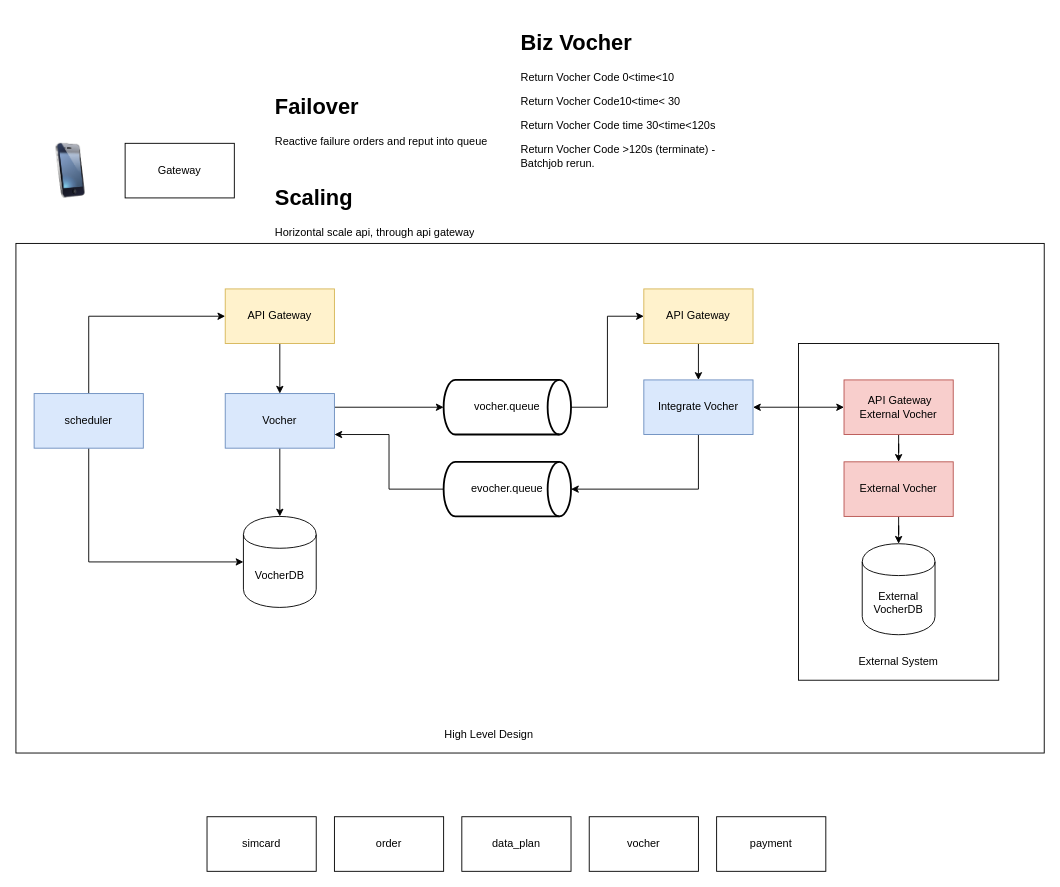
hieung/assignment keeps this draw.io diagram as page "HLD" (1 of 4) of design/bank_abc_design.drawio. Above is the earlier version. Source tidied: cells renumbered, new cells numbered last; positions are measured from the earlier drawing's top-left corner, leaving out a move shared by most shapes. Both pictures are drawn from the tidied source at 91%, with x=0, y=0 at pixel (15, 25).
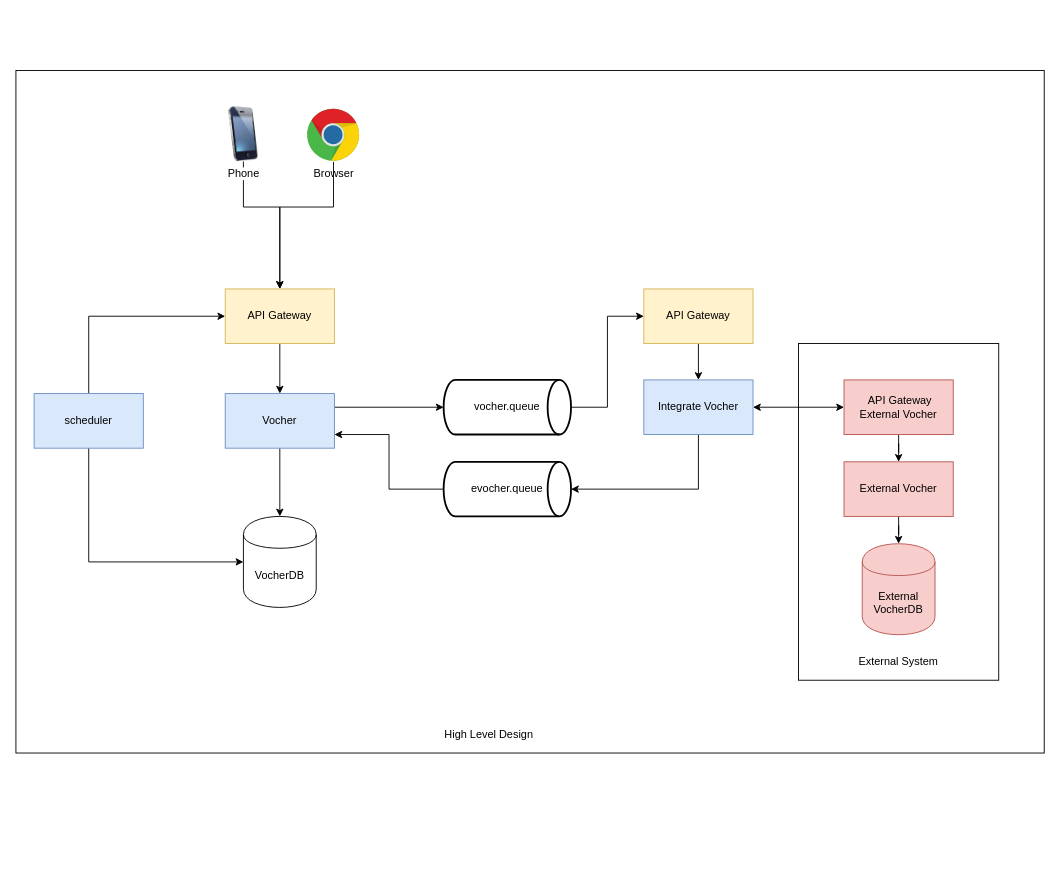
The same diagram, later.

The change refers to these unchanged cells:
```xml
<mxCell id="31" value="API Gateway" style="rounded=0;whiteSpace=wrap;html=1;fillColor=#fff2cc;strokeColor=#d6b656;" parent="1" vertex="1">
  <mxGeometry x="230" y="290" width="120" height="60" as="geometry" />
</mxCell>
```

Change to the diagram source:
```diff
@@
     <mxCell id="2" style="rounded=0;whiteSpace=wrap;html=1;" parent="1" vertex="1">
-      <mxGeometry y="240" width="1130" height="560" as="geometry" />
+      <mxGeometry y="50" width="1130" height="750" as="geometry" />
     </mxCell>
@@
-    <mxCell id="9" value="Gateway" style="rounded=0;whiteSpace=wrap;html=1;" parent="1" vertex="1">
-      <mxGeometry x="120" y="130" width="120" height="60" as="geometry" />
-    </mxCell>
+    <mxCell id="39" style="edgeStyle=orthogonalEdgeStyle;rounded=0;jettySize=auto;html=1;startArrow=none;startFill=0;" parent="1" edge="1" source="10" target="31">
+      <mxGeometry relative="1" as="geometry">
+        <Array as="points">
+          <mxPoint x="250" y="200" />
+          <mxPoint x="290" y="200" />
+        </Array>
+      </mxGeometry>
+    </mxCell>
-    <mxCell id="10" style="image;html=1;labelBackgroundColor=#ffffff;image=img/lib/clip_art/telecommunication/iPhone_128x128.png;" parent="1" vertex="1">
-      <mxGeometry x="30" y="130" width="60" height="60" as="geometry" />
+    <mxCell id="10" value="Phone" style="image;html=1;labelBackgroundColor=#ffffff;image=img/lib/clip_art/telecommunication/iPhone_128x128.png;" parent="1" vertex="1">
+      <mxGeometry x="220" y="90" width="60" height="60" as="geometry" />
     </mxCell>
@@
-    <mxCell id="16" value="&lt;h1&gt;Biz Vocher&lt;/h1&gt;&lt;p&gt;Return Vocher Code 0&amp;lt;time&amp;lt;10&lt;/p&gt;&lt;p&gt;Return Vocher Code10&amp;lt;time&amp;lt; 30&lt;/p&gt;&lt;p&gt;Return Vocher Code time 30&amp;lt;time&amp;lt;120s&lt;/p&gt;&lt;p&gt;Return Vocher Code &amp;gt;120s (terminate) - Batchjob rerun.&lt;/p&gt;" style="text;html=1;strokeColor=none;fillColor=none;spacing=5;spacingTop=-20;whiteSpace=wrap;overflow=hidden;rounded=0;" parent="1" vertex="1">
-      <mxGeometry x="550" width="260" height="180" as="geometry" />
-    </mxCell>
-    <mxCell id="17" value="&lt;h1&gt;Failover&lt;/h1&gt;&lt;div&gt;Reactive failure orders and reput into queue&lt;/div&gt;" style="text;html=1;strokeColor=none;fillColor=none;spacing=5;spacingTop=-20;whiteSpace=wrap;overflow=hidden;rounded=0;" parent="1" vertex="1">
-      <mxGeometry x="280" y="70" width="260" height="80" as="geometry" />
-    </mxCell>
-    <mxCell id="18" value="&lt;h1&gt;Scaling&lt;/h1&gt;&lt;div&gt;Horizontal scale api, through api gateway&lt;/div&gt;" style="text;html=1;strokeColor=none;fillColor=none;spacing=5;spacingTop=-20;whiteSpace=wrap;overflow=hidden;rounded=0;" parent="1" vertex="1">
-      <mxGeometry x="280" y="170" width="260" height="80" as="geometry" />
-    </mxCell>
-    <mxCell id="19" value="simcard" style="rounded=0;whiteSpace=wrap;html=1;" parent="1" vertex="1">
-      <mxGeometry x="210" y="870" width="120" height="60" as="geometry" />
-    </mxCell>
-    <mxCell id="20" value="vocher" style="rounded=0;whiteSpace=wrap;html=1;" parent="1" vertex="1">
-      <mxGeometry x="630" y="870" width="120" height="60" as="geometry" />
-    </mxCell>
-    <mxCell id="21" value="order" style="rounded=0;whiteSpace=wrap;html=1;" parent="1" vertex="1">
-      <mxGeometry x="350" y="870" width="120" height="60" as="geometry" />
-    </mxCell>
-    <mxCell id="22" value="data_plan" style="rounded=0;whiteSpace=wrap;html=1;" parent="1" vertex="1">
-      <mxGeometry x="490" y="870" width="120" height="60" as="geometry" />
-    </mxCell>
-    <mxCell id="23" value="payment" style="rounded=0;whiteSpace=wrap;html=1;" parent="1" vertex="1">
-      <mxGeometry x="770" y="870" width="120" height="60" as="geometry" />
-    </mxCell>
@@
-    <mxCell id="34" value="External VocherDB" style="shape=cylinder;whiteSpace=wrap;html=1;boundedLbl=1;backgroundOutline=1;" parent="1" vertex="1">
+    <mxCell id="34" value="External VocherDB" style="shape=cylinder;whiteSpace=wrap;html=1;boundedLbl=1;backgroundOutline=1;fillColor=#f8cecc;strokeColor=#b85450;" parent="1" vertex="1">
       <mxGeometry x="930" y="570" width="80" height="100" as="geometry" />
     </mxCell>
@@
+    <mxCell id="40" style="edgeStyle=orthogonalEdgeStyle;rounded=0;jettySize=auto;html=1;entryX=0.5;entryY=0;entryDx=0;entryDy=0;startArrow=none;startFill=0;" parent="1" edge="1" source="41" target="31">
+      <mxGeometry relative="1" as="geometry">
+        <Array as="points">
+          <mxPoint x="349" y="200" />
+          <mxPoint x="290" y="200" />
+        </Array>
+      </mxGeometry>
+    </mxCell>
+    <mxCell id="41" value="Browser" style="dashed=0;outlineConnect=0;html=1;align=center;labelPosition=center;verticalLabelPosition=bottom;verticalAlign=top;shape=mxgraph.weblogos.chrome;" parent="1" vertex="1">
+      <mxGeometry x="320" y="92" width="57.9" height="58.4" as="geometry" />
+    </mxCell>
```
